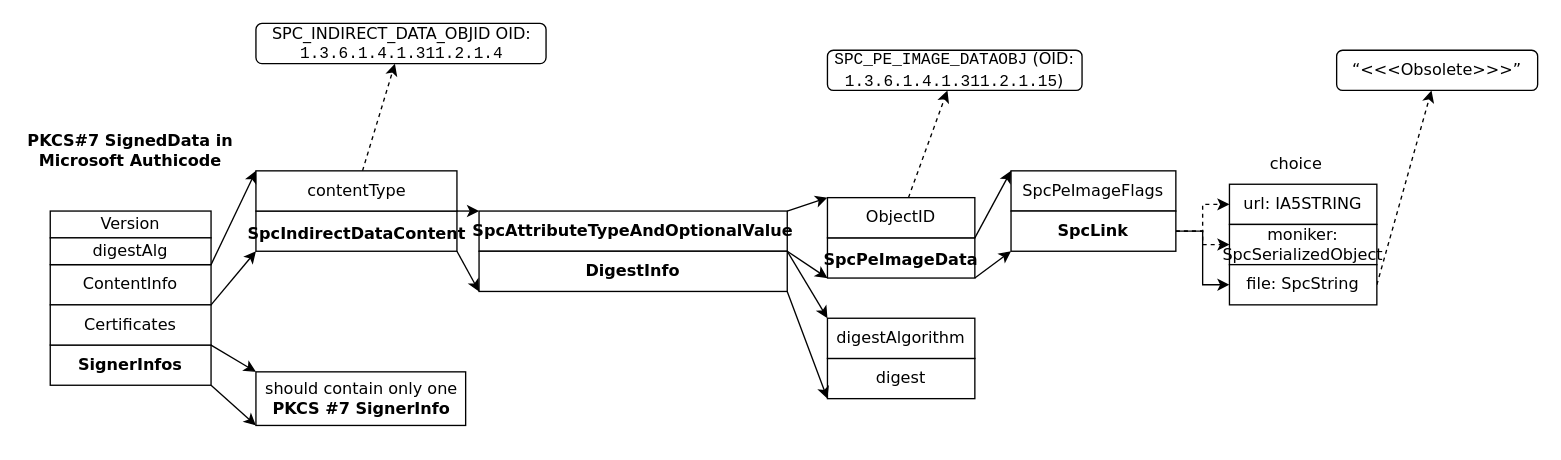
pkking/mydrawio keeps this draw.io diagram as signedData.drawio. Above is the earlier version. Source tidied: cells renumbered, new cells numbered last; positions are measured from the earlier drawing's top-left corner, leaving out a move shared by most shapes. Both pictures are drawn from the tidied source at 134%, with x=0, y=0 at pixel (23, 23).
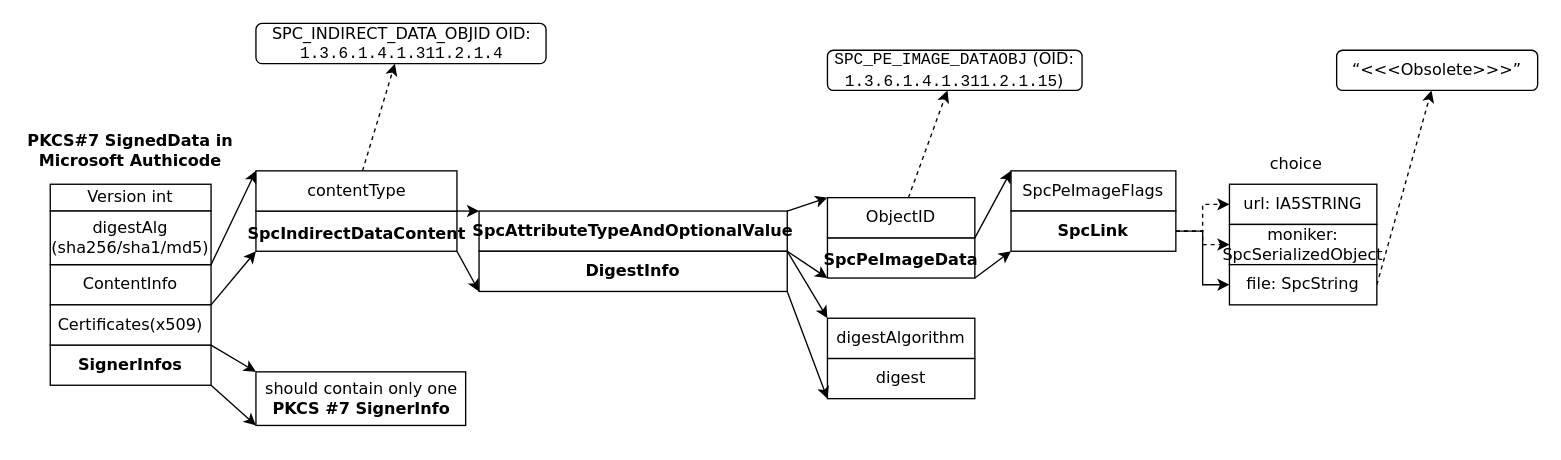
The same diagram, later.

What changed in the source:
```diff
@@
-    <mxCell id="2" value="Version" style="rounded=0;whiteSpace=wrap;html=1;fontFamily=Verdana;" parent="1" vertex="1">
-      <mxGeometry x="20" y="140" width="120" height="20" as="geometry" />
+    <mxCell id="2" value="Version int" style="rounded=0;whiteSpace=wrap;html=1;fontFamily=Verdana;" parent="1" vertex="1">
+      <mxGeometry x="20" y="120" width="120" height="20" as="geometry" />
     </mxCell>
@@
-    <mxCell id="5" value="digestAlg" style="rounded=0;whiteSpace=wrap;html=1;fontFamily=Verdana;" parent="1" vertex="1">
-      <mxGeometry x="20" y="160" width="120" height="20" as="geometry" />
+    <mxCell id="5" value="digestAlg (sha256/sha1/md5)" style="rounded=0;whiteSpace=wrap;html=1;fontFamily=Verdana;" parent="1" vertex="1">
+      <mxGeometry x="20" y="140" width="120" height="40" as="geometry" />
     </mxCell>
-    <mxCell id="6" value="Certificates" style="rounded=0;whiteSpace=wrap;html=1;fontFamily=Verdana;" parent="1" vertex="1">
+    <mxCell id="6" value="Certificates(x509)" style="rounded=0;whiteSpace=wrap;html=1;fontFamily=Verdana;" parent="1" vertex="1">
       <mxGeometry x="20" y="210" width="120" height="30" as="geometry" />
     </mxCell>
```
